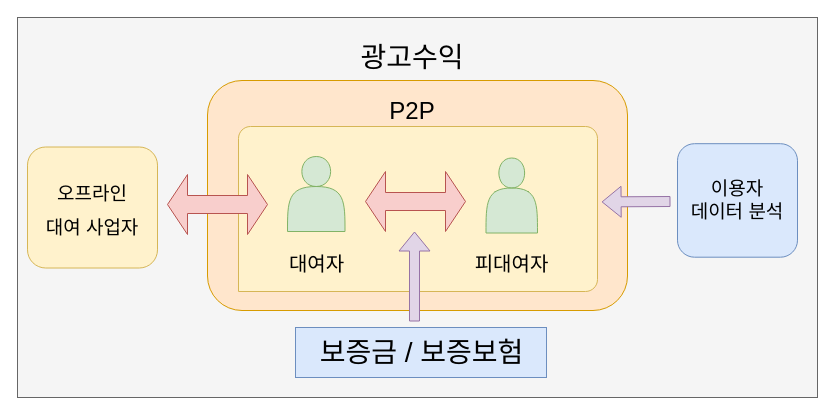
Before: ictDevice.drawio in TaeYunAhn/EmailService, a draw.io diagram. Source tidied: cells renumbered, new cells numbered last; positions are measured from the earlier drawing's top-left corner, leaving out a move shared by most shapes. Both pictures are drawn from the tidied source at 100%, with x=0, y=0 at pixel (17, 17).
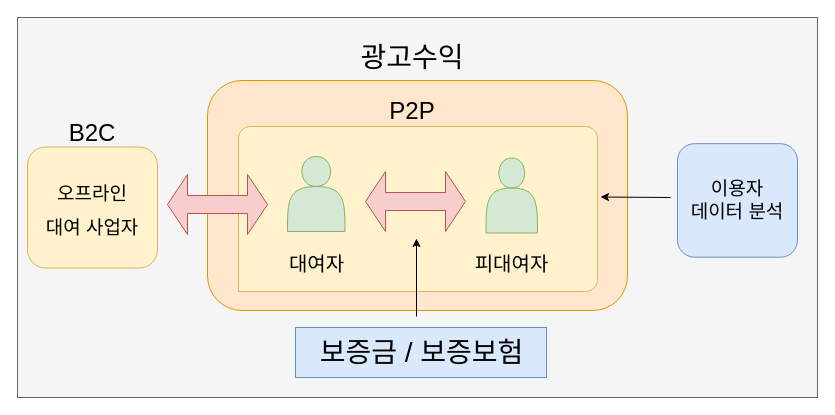
After the change.

Change to the diagram source:
```diff
@@
-    <mxCell id="18" style="shape=flexArrow;endArrow=classic;html=1;rounded=0;fontSize=19;fillColor=#e1d5e7;strokeColor=#9673a6;" parent="1" edge="1">
-      <mxGeometry relative="1" as="geometry">
-        <mxPoint x="397" y="304" as="sourcePoint" />
-        <mxPoint x="397" y="214" as="targetPoint" />
-      </mxGeometry>
-    </mxCell>
-    <mxCell id="19" style="shape=flexArrow;endArrow=classic;html=1;rounded=0;fontSize=19;fillColor=#e1d5e7;strokeColor=#9673a6;entryX=1.003;entryY=0.554;entryDx=0;entryDy=0;entryPerimeter=0;" parent="1" edge="1">
-      <mxGeometry relative="1" as="geometry">
-        <mxPoint x="653" y="184" as="sourcePoint" />
-        <mxPoint x="584.1" y="184.4" as="targetPoint" />
-      </mxGeometry>
-    </mxCell>
+    <mxCell id="20" style="endArrow=classic;html=1;rounded=0;fontSize=19;" parent="1" edge="1">
+      <mxGeometry relative="1" as="geometry">
+        <mxPoint x="399" y="299" as="sourcePoint" />
+        <mxPoint x="399" y="221" as="targetPoint" />
+      </mxGeometry>
+    </mxCell>
+    <mxCell id="21" style="endArrow=classic;html=1;rounded=0;fontSize=19;entryX=1;entryY=0.5;entryDx=0;entryDy=0;entryPerimeter=0;" parent="1" edge="1">
+      <mxGeometry relative="1" as="geometry">
+        <mxPoint x="653" y="180" as="sourcePoint" />
+        <mxPoint x="583" y="179.5" as="targetPoint" />
+      </mxGeometry>
+    </mxCell>
+    <mxCell id="22" value="&lt;font size=&quot;5&quot;&gt;B2C&lt;/font&gt;" style="text;html=1;strokeColor=none;fillColor=none;align=center;verticalAlign=middle;whiteSpace=wrap;rounded=0;fontSize=35;" parent="1" vertex="1">
+      <mxGeometry x="45" y="96.2" width="60" height="30" as="geometry" />
+    </mxCell>
```
